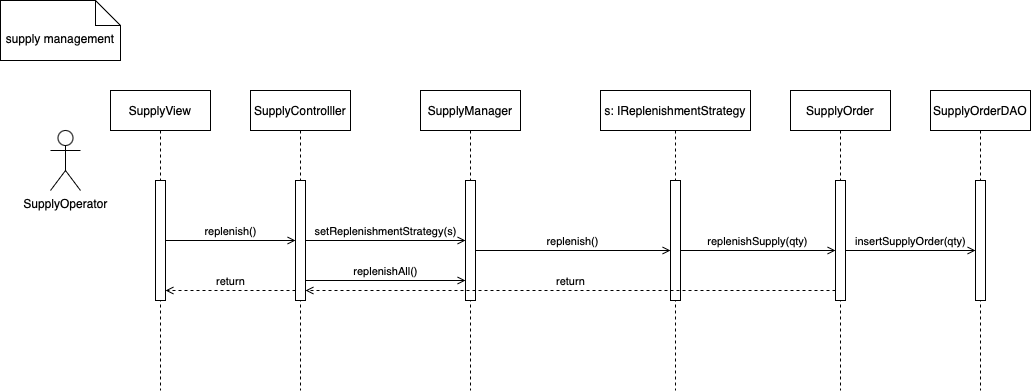
Earlier version of the draw.io export doc/Diagrammi di sequenza/SupplyManagement DiagrammaDiSequenza.png (IngSW-unipv/Progetto-J24). Source tidied: cells renumbered, new cells last; positions are measured from the earlier drawing's top-left corner, leaving out a move shared by most shapes.
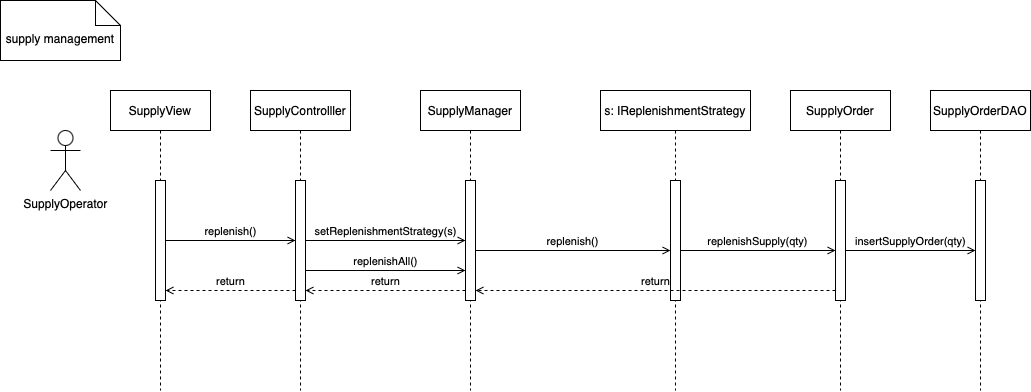
Later version of the same file.

The edit, as a diff of the source:
```diff
@@ -29,10 +29,12 @@
     <mxCell id="10" value="setReplenishmentStrategy(s)" style="html=1;verticalAlign=bottom;labelBackgroundColor=none;endArrow=open;endFill=0;rounded=0;" parent="1" edge="1" source="6" target="9">
       <mxGeometry relative="1" as="geometry" />
     </mxCell>
-    <mxCell id="11" value="replenishAll()" style="html=1;verticalAlign=bottom;labelBackgroundColor=none;endArrow=open;endFill=0;rounded=0;" parent="1" edge="1" source="6" target="9">
+    <mxCell id="11" value="replenishAll()" style="html=1;verticalAlign=bottom;labelBackgroundColor=none;endArrow=open;endFill=0;rounded=0;" parent="1" edge="1">
       <mxGeometry relative="1" as="geometry">
+        <mxPoint x="305" y="270" as="sourcePoint" />
+        <mxPoint x="465" y="270" as="targetPoint" />
         <Array as="points">
-          <mxPoint x="370" y="280" />
+          <mxPoint x="370" y="270" />
         </Array>
       </mxGeometry>
     </mxCell>
@@ -74,10 +76,9 @@
         <mxPoint x="975" y="250" as="targetPoint" />
       </mxGeometry>
     </mxCell>
-    <mxCell id="21" value="return" style="html=1;verticalAlign=bottom;labelBackgroundColor=none;endArrow=open;endFill=0;dashed=1;rounded=0;" parent="1" edge="1">
+    <mxCell id="21" value="return" style="html=1;verticalAlign=bottom;labelBackgroundColor=none;endArrow=open;endFill=0;dashed=1;rounded=0;" parent="1" edge="1" target="9">
       <mxGeometry relative="1" as="geometry">
         <mxPoint x="835" y="290" as="sourcePoint" />
-        <mxPoint x="305" y="290" as="targetPoint" />
       </mxGeometry>
     </mxCell>
     <mxCell id="22" value="return" style="html=1;verticalAlign=bottom;labelBackgroundColor=none;endArrow=open;endFill=0;dashed=1;rounded=0;" parent="1" edge="1">
@@ -89,5 +90,12 @@
     <mxCell id="23" value="supply management" style="shape=note2;boundedLbl=1;whiteSpace=wrap;html=1;size=25;verticalAlign=top;align=center;" parent="1" vertex="1">
       <mxGeometry width="120" height="60" as="geometry" />
     </mxCell>
+    <mxCell id="24" value="return" style="html=1;verticalAlign=bottom;labelBackgroundColor=none;endArrow=open;endFill=0;dashed=1;rounded=0;" parent="1" edge="1" source="9" target="6">
+      <mxGeometry relative="1" as="geometry">
+        <Array as="points">
+          <mxPoint x="390" y="290" />
+        </Array>
+      </mxGeometry>
+    </mxCell>
   </root>
 </mxGraphModel>
```
